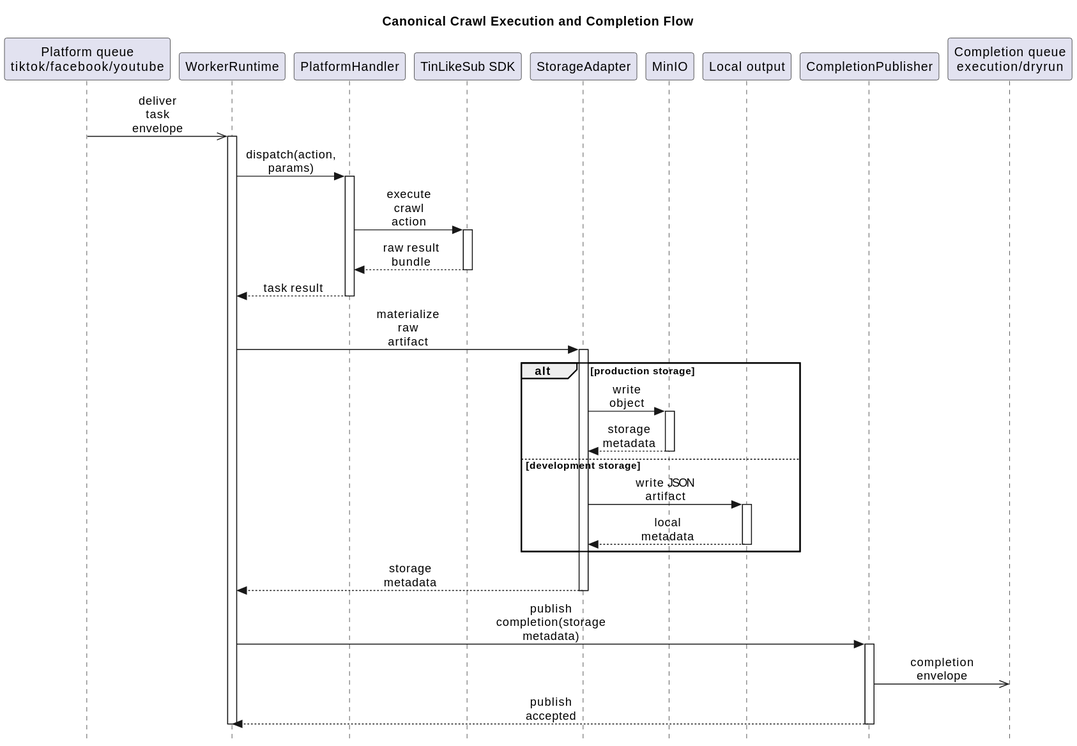
Above: final-report/images/chapter_5/seq-scapper-runtime-flow.svg in smap-hcmut/report (PlantUML), before the change.
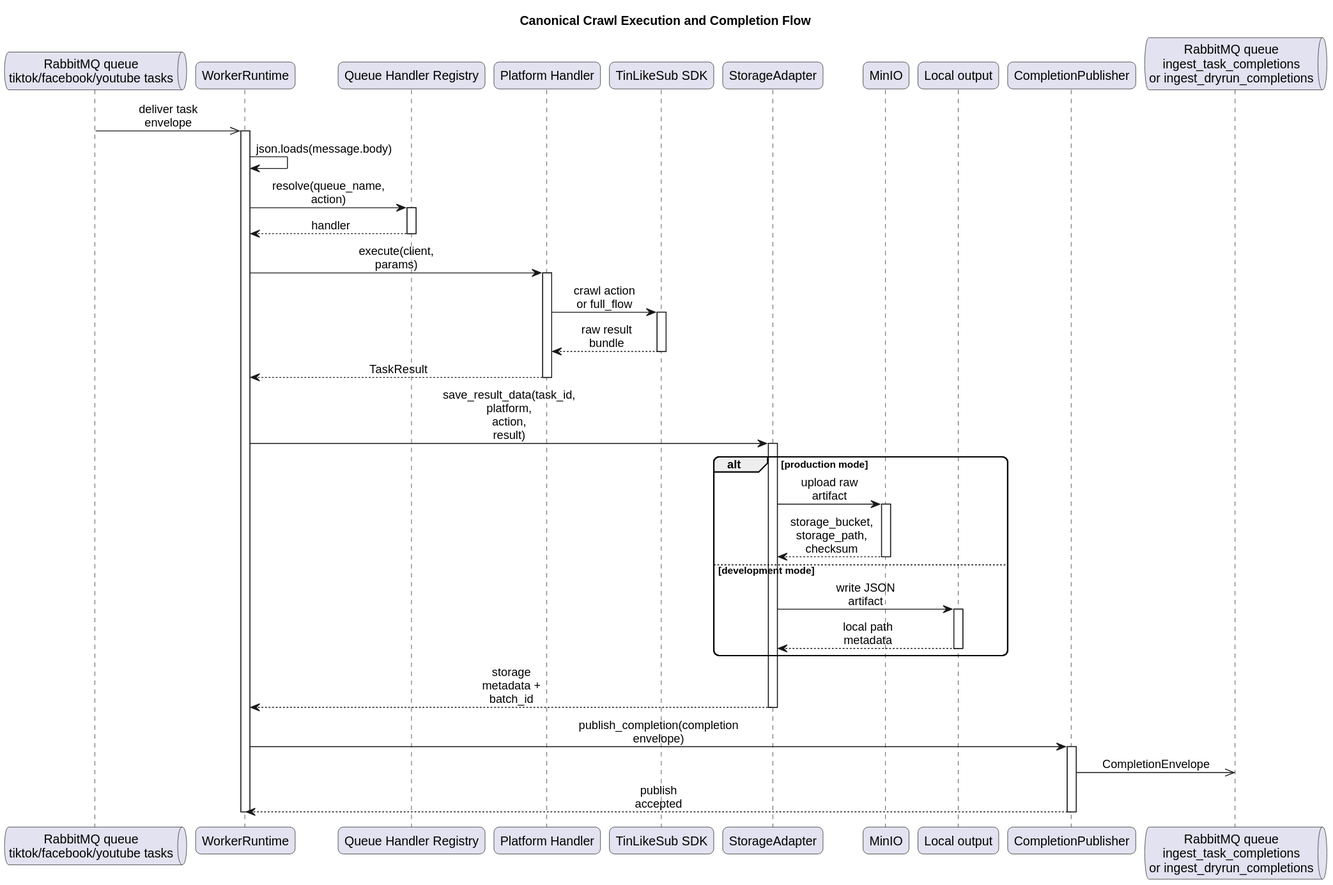
The same diagram one commit later.

Change to the diagram source:
```diff
@@ -1,51 +1,58 @@
 @startuml
 title Canonical Crawl Execution and Completion Flow
-hide footbox
-skinparam style strictuml
+skinparam defaultFontName Arial
+skinparam shadowing false
 skinparam sequenceMessageAlign center
 skinparam responseMessageBelowArrow true
 skinparam maxMessageSize 70
+skinparam roundcorner 12
 
-participant "Platform queue\ntiktok/facebook/youtube" as PlatformQueue
+queue "RabbitMQ queue\ntiktok/facebook/youtube tasks" as PlatformQueue
 participant "WorkerRuntime" as Worker
-participant "PlatformHandler" as Handler
+participant "Queue Handler Registry" as Registry
+participant "Platform Handler" as Handler
 participant "TinLikeSub SDK" as SDK
 participant "StorageAdapter" as Storage
 participant "MinIO" as MinIO
 participant "Local output" as LocalOutput
 participant "CompletionPublisher" as Publisher
-participant "Completion queue\nexecution/dryrun" as CompletionQueue
+queue "RabbitMQ queue\ningest_task_completions\nor ingest_dryrun_completions" as CompletionQueue
 
 PlatformQueue ->> Worker : deliver task envelope
 activate Worker
-Worker -> Handler : dispatch(action, params)
+Worker -> Worker : json.loads(message.body)
+Worker -> Registry : resolve(queue_name, action)
+activate Registry
+Registry --> Worker : handler
+deactivate Registry
+Worker -> Handler : execute(client, params)
 activate Handler
-Handler -> SDK : execute crawl action
+Handler -> SDK : crawl action or full_flow
 activate SDK
 SDK --> Handler : raw result bundle
 deactivate SDK
-Handler --> Worker : task result
+Handler --> Worker : TaskResult
 deactivate Handler
-Worker -> Storage : materialize raw artifact
+
+Worker -> Storage : save_result_data(task_id, platform, action, result)
 activate Storage
-
-alt production storage
-  Storage -> MinIO : write object
+alt production mode
+  Storage -> MinIO : upload raw artifact
   activate MinIO
-  MinIO --> Storage : storage metadata
+  MinIO --> Storage : storage_bucket, storage_path, checksum
   deactivate MinIO
-else development storage
+else development mode
   Storage -> LocalOutput : write JSON artifact
   activate LocalOutput
-  LocalOutput --> Storage : local metadata
+  LocalOutput --> Storage : local path metadata
   deactivate LocalOutput
 end
+Storage --> Worker : storage metadata + batch_id
+deactivate Storage
 
-Storage --> Worker : storage metadata
-deactivate Storage
-Worker -> Publisher : publish completion(storage metadata)
+Worker -> Publisher : publish_completion(completion envelope)
 activate Publisher
-Publisher ->> CompletionQueue : completion envelope
+Publisher ->> CompletionQueue : CompletionEnvelope
 Publisher --> Worker : publish accepted
 deactivate Publisher
 deactivate Worker
```
